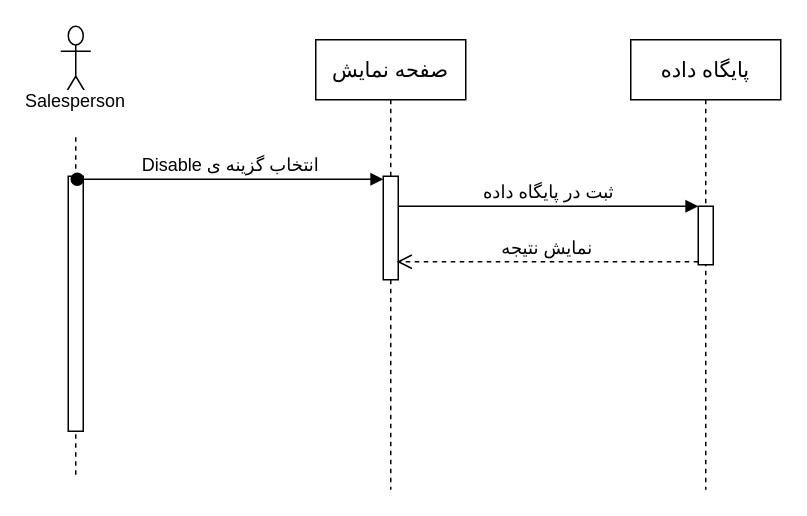
The draw.io diagram docs/DisableSeqDiagram.drawio in marketplus95/marketplus95, before the edit. Source tidied: cells renumbered, new cells numbered last; positions are measured from the earlier drawing's top-left corner, leaving out a move shared by most shapes. Both pictures are drawn from the tidied source at 150%, with x=0, y=0 at pixel (60, 26).
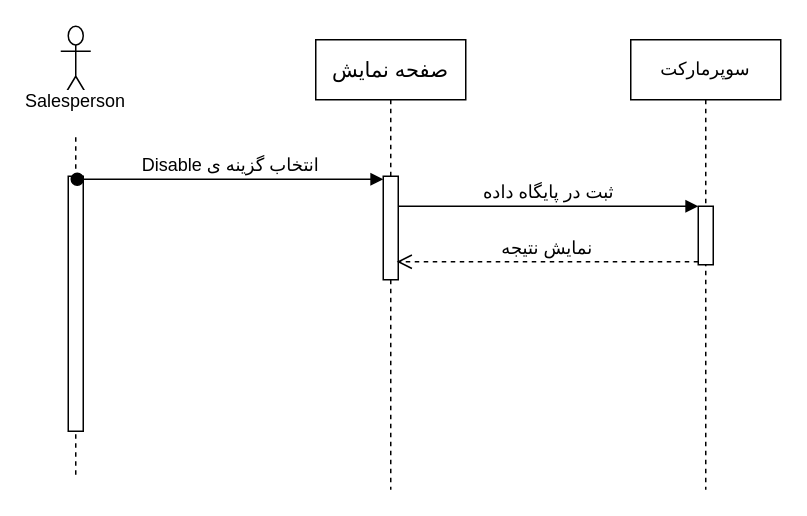
The same diagram, later.

What changed in the source:
```diff
@@
 <mxGraphModel>
   <root>
     <mxCell id="0" />
     <mxCell id="1" parent="0" />
     <mxCell id="2" value="Salesperson&lt;br&gt;&lt;br&gt;" style="shape=umlLifeline;participant=umlActor;perimeter=lifelinePerimeter;whiteSpace=wrap;html=1;verticalAlign=top;spacingTop=36;labelBackgroundColor=#ffffff;size=50;" parent="1" vertex="1">
       <mxGeometry width="20" height="300" as="geometry" />
     </mxCell>
     <mxCell id="3" style="html=1;points=[];perimeter=orthogonalPerimeter;" parent="2" vertex="1">
       <mxGeometry x="5" y="100" width="10" height="170" as="geometry" />
     </mxCell>
     <mxCell id="4" value="&lt;font style=&quot;font-size: 14px&quot;&gt;صفحه نمایش&lt;/font&gt;" style="shape=umlLifeline;perimeter=lifelinePerimeter;whiteSpace=wrap;html=1;" parent="1" vertex="1">
       <mxGeometry x="170" y="9" width="100" height="300" as="geometry" />
     </mxCell>
     <mxCell id="5" style="html=1;points=[];perimeter=orthogonalPerimeter;" parent="4" vertex="1">
       <mxGeometry x="45" y="91" width="10" height="69" as="geometry" />
     </mxCell>
-    <mxCell id="6" value="&lt;font style=&quot;font-size: 14px&quot;&gt;پایگاه داده&lt;/font&gt;" style="shape=umlLifeline;perimeter=lifelinePerimeter;whiteSpace=wrap;html=1;" parent="1" vertex="1">
+    <mxCell id="6" value="سوپرمارکت" style="shape=umlLifeline;perimeter=lifelinePerimeter;whiteSpace=wrap;html=1;" parent="1" vertex="1">
       <mxGeometry x="380" y="9" width="100" height="300" as="geometry" />
     </mxCell>
     <mxCell id="7" style="html=1;points=[];perimeter=orthogonalPerimeter;" parent="6" vertex="1">
       <mxGeometry x="45" y="111" width="10" height="39" as="geometry" />
     </mxCell>
     <mxCell id="8" value="&lt;font style=&quot;font-size: 12px&quot;&gt;&amp;nbsp;Disable انتخاب گزینه ی&amp;nbsp;&lt;/font&gt;" style="html=1;verticalAlign=bottom;startArrow=oval;endArrow=block;startSize=8;exitX=0.6;exitY=0.012;exitDx=0;exitDy=0;exitPerimeter=0;" parent="1" edge="1" source="3" target="5">
       <mxGeometry relative="1" as="geometry" />
     </mxCell>
     <mxCell id="9" value="&lt;font style=&quot;font-size: 12px&quot;&gt;ثبت در پایگاه داده&lt;/font&gt;" style="html=1;verticalAlign=bottom;endArrow=block;entryX=0;entryY=0;" parent="1" edge="1" source="5" target="7">
       <mxGeometry relative="1" as="geometry" />
     </mxCell>
     <mxCell id="10" value="&lt;font style=&quot;font-size: 12px&quot;&gt;نمایش نتیجه&lt;/font&gt;" style="html=1;verticalAlign=bottom;endArrow=open;dashed=1;endSize=8;exitX=0;exitY=0.95;" parent="1" edge="1" source="7">
       <mxGeometry relative="1" as="geometry">
         <mxPoint x="224" y="157" as="targetPoint" />
       </mxGeometry>
     </mxCell>
   </root>
 </mxGraphModel>
```
